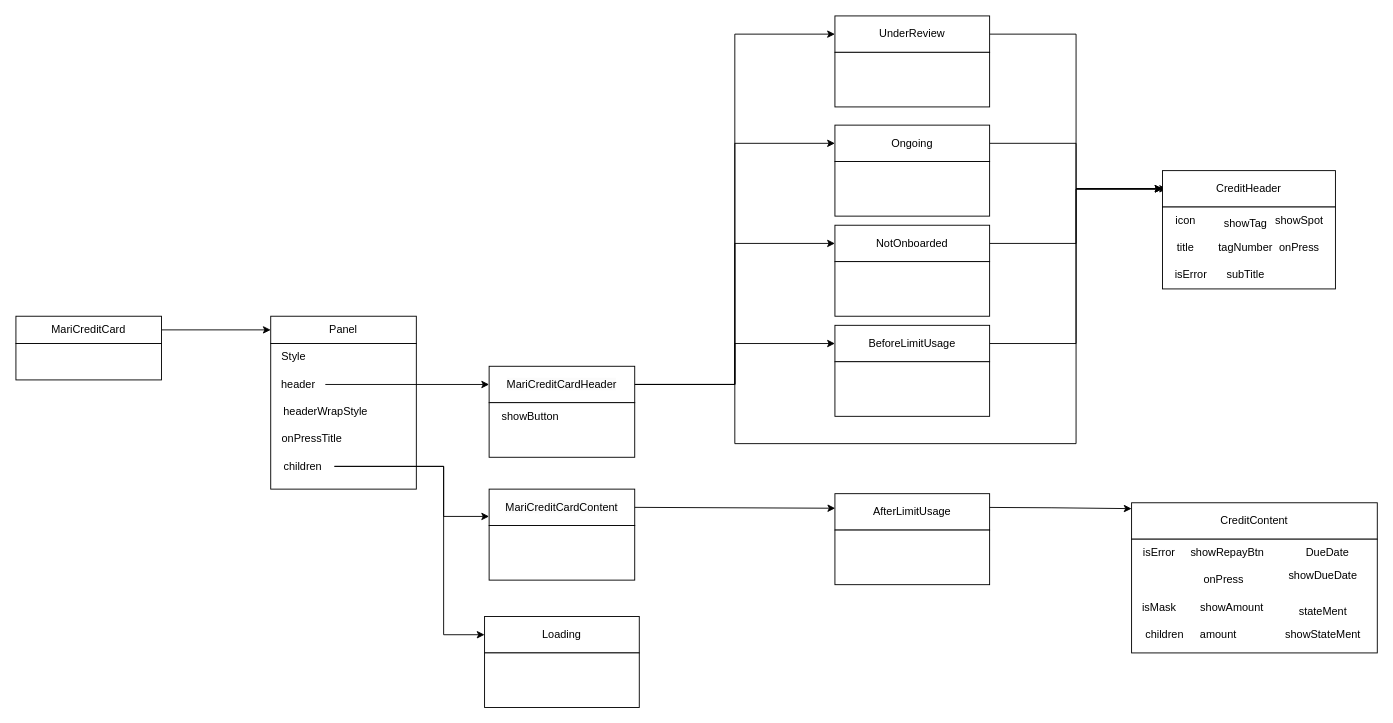
Before: page "home page" (3 of 3) of retail-home-credit-use-case.drawio in RexYao97/sfrex, a draw.io diagram. Source tidied: cells renumbered, new cells numbered last; positions are measured from the earlier drawing's top-left corner, leaving out a move shared by most shapes. Both pictures are drawn from the tidied source at 91%, with x=0, y=0 at pixel (15, 15).
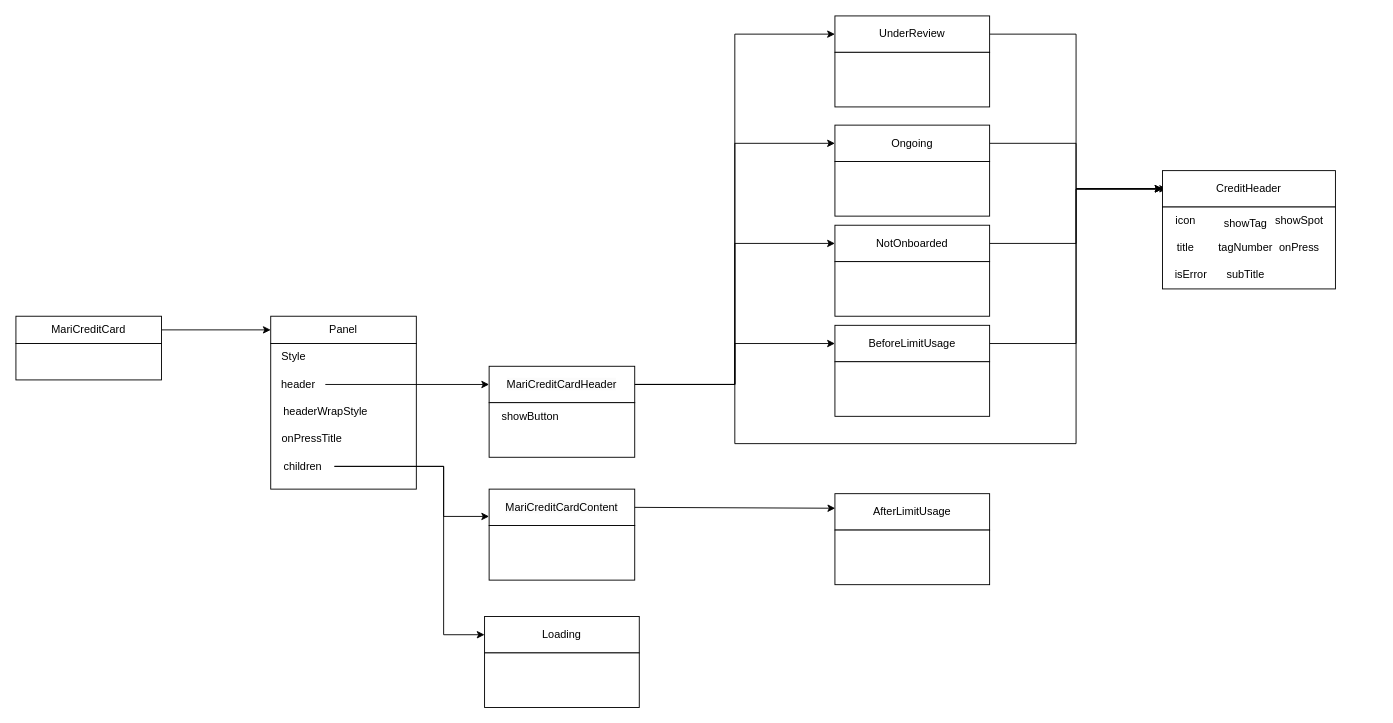
Above is the later version.

The edit, as a diff of the source:
```diff
@@
-    <mxCell id="39" style="edgeStyle=orthogonalEdgeStyle;rounded=0;jettySize=auto;html=1;entryX=0;entryY=0.161;entryDx=0;entryDy=0;entryPerimeter=0;" parent="1" edge="1" target="53">
-      <mxGeometry relative="1" as="geometry">
-        <mxPoint x="1050" y="540" as="sourcePoint" />
-      </mxGeometry>
-    </mxCell>
@@
-    <mxCell id="53" value="CreditContent" style="rounded=0;whiteSpace=wrap;html=1;" parent="1" vertex="1">
-      <mxGeometry x="1226" y="535" width="270" height="40" as="geometry" />
-    </mxCell>
-    <mxCell id="54" style="rounded=0;whiteSpace=wrap;html=1;" parent="1" vertex="1">
-      <mxGeometry x="1226" y="575" width="270" height="125" as="geometry" />
-    </mxCell>
-    <mxCell id="55" value="isError" style="text;html=1;align=center;verticalAlign=middle;strokeColor=none;fillColor=none;" parent="1" vertex="1">
-      <mxGeometry x="1226" y="575" width="60" height="30" as="geometry" />
-    </mxCell>
@@
-    <mxCell id="58" value="showRepayBtn" style="text;html=1;align=center;verticalAlign=middle;strokeColor=none;fillColor=none;" parent="1" vertex="1">
-      <mxGeometry x="1281" y="575" width="100" height="30" as="geometry" />
-    </mxCell>
-    <mxCell id="59" value="onPress" style="text;html=1;align=center;verticalAlign=middle;strokeColor=none;fillColor=none;" parent="1" vertex="1">
-      <mxGeometry x="1292" y="605" width="70" height="30" as="geometry" />
-    </mxCell>
-    <mxCell id="60" value="isMask" style="text;html=1;align=center;verticalAlign=middle;strokeColor=none;fillColor=none;" parent="1" vertex="1">
-      <mxGeometry x="1226" y="635" width="60" height="30" as="geometry" />
-    </mxCell>
-    <mxCell id="61" value="showAmount" style="text;html=1;align=center;verticalAlign=middle;strokeColor=none;fillColor=none;" parent="1" vertex="1">
-      <mxGeometry x="1291" y="635" width="90" height="30" as="geometry" />
-    </mxCell>
-    <mxCell id="62" value="amount" style="text;html=1;align=center;verticalAlign=middle;strokeColor=none;fillColor=none;" parent="1" vertex="1">
-      <mxGeometry x="1291" y="665" width="60" height="30" as="geometry" />
-    </mxCell>
-    <mxCell id="63" value="DueDate" style="text;html=1;align=center;verticalAlign=middle;strokeColor=none;fillColor=none;" parent="1" vertex="1">
-      <mxGeometry x="1406" y="575" width="70" height="30" as="geometry" />
-    </mxCell>
-    <mxCell id="64" value="showDueDate" style="text;html=1;align=center;verticalAlign=middle;strokeColor=none;fillColor=none;" parent="1" vertex="1">
-      <mxGeometry x="1386" y="600" width="100" height="30" as="geometry" />
-    </mxCell>
-    <mxCell id="65" value="showStateMent" style="text;html=1;align=center;verticalAlign=middle;strokeColor=none;fillColor=none;" parent="1" vertex="1">
-      <mxGeometry x="1381" y="665" width="110" height="30" as="geometry" />
-    </mxCell>
-    <mxCell id="66" value="stateMent" style="text;html=1;align=center;verticalAlign=middle;strokeColor=none;fillColor=none;" parent="1" vertex="1">
-      <mxGeometry x="1396" y="640" width="80" height="30" as="geometry" />
-    </mxCell>
-    <mxCell id="67" value="children" style="text;html=1;align=center;verticalAlign=middle;strokeColor=none;fillColor=none;" parent="1" vertex="1">
-      <mxGeometry x="1227" y="665" width="70" height="30" as="geometry" />
-    </mxCell>
```
